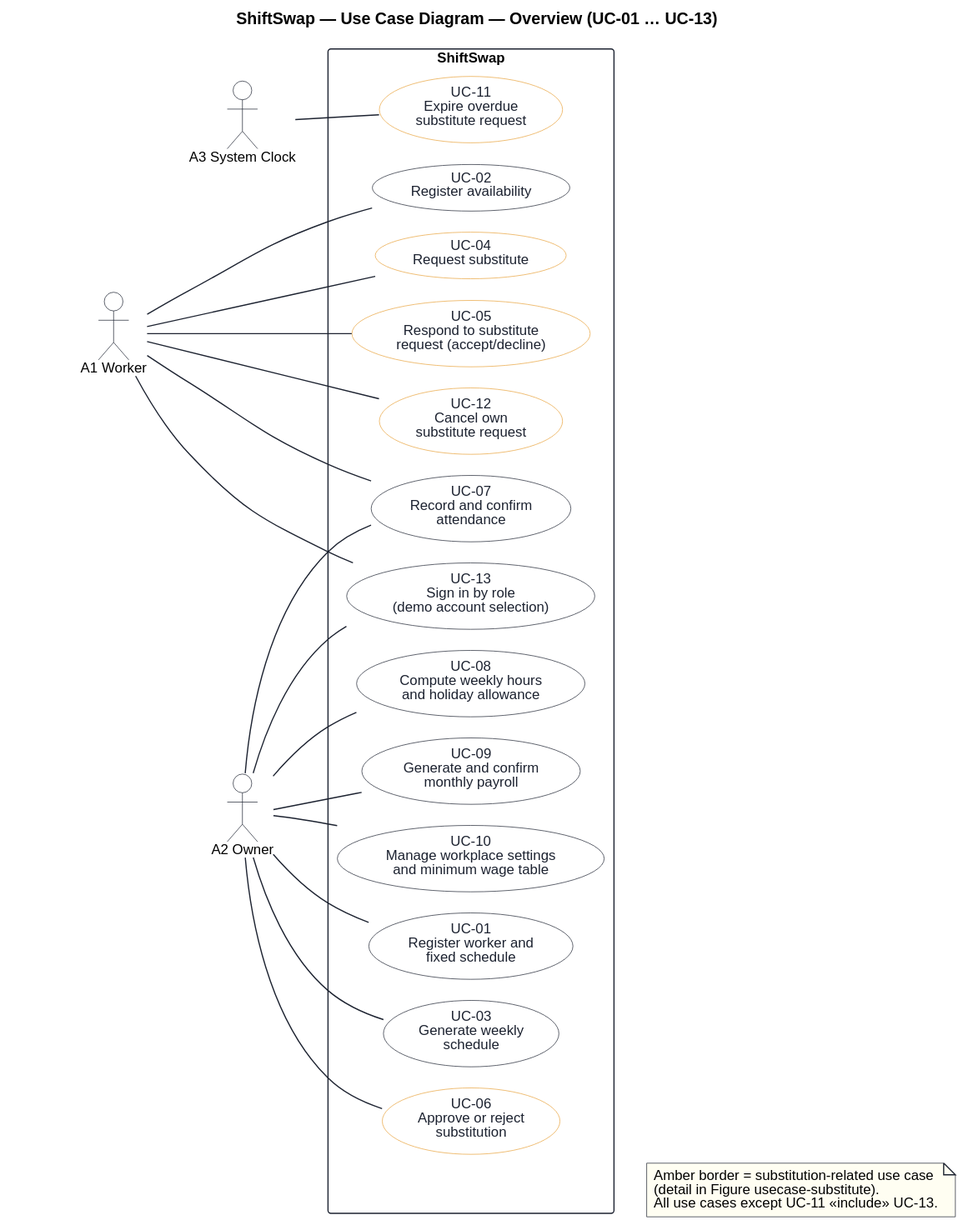
Above: uml/usecase.svg in keemlogan/shiftswap (PlantUML), before the change.
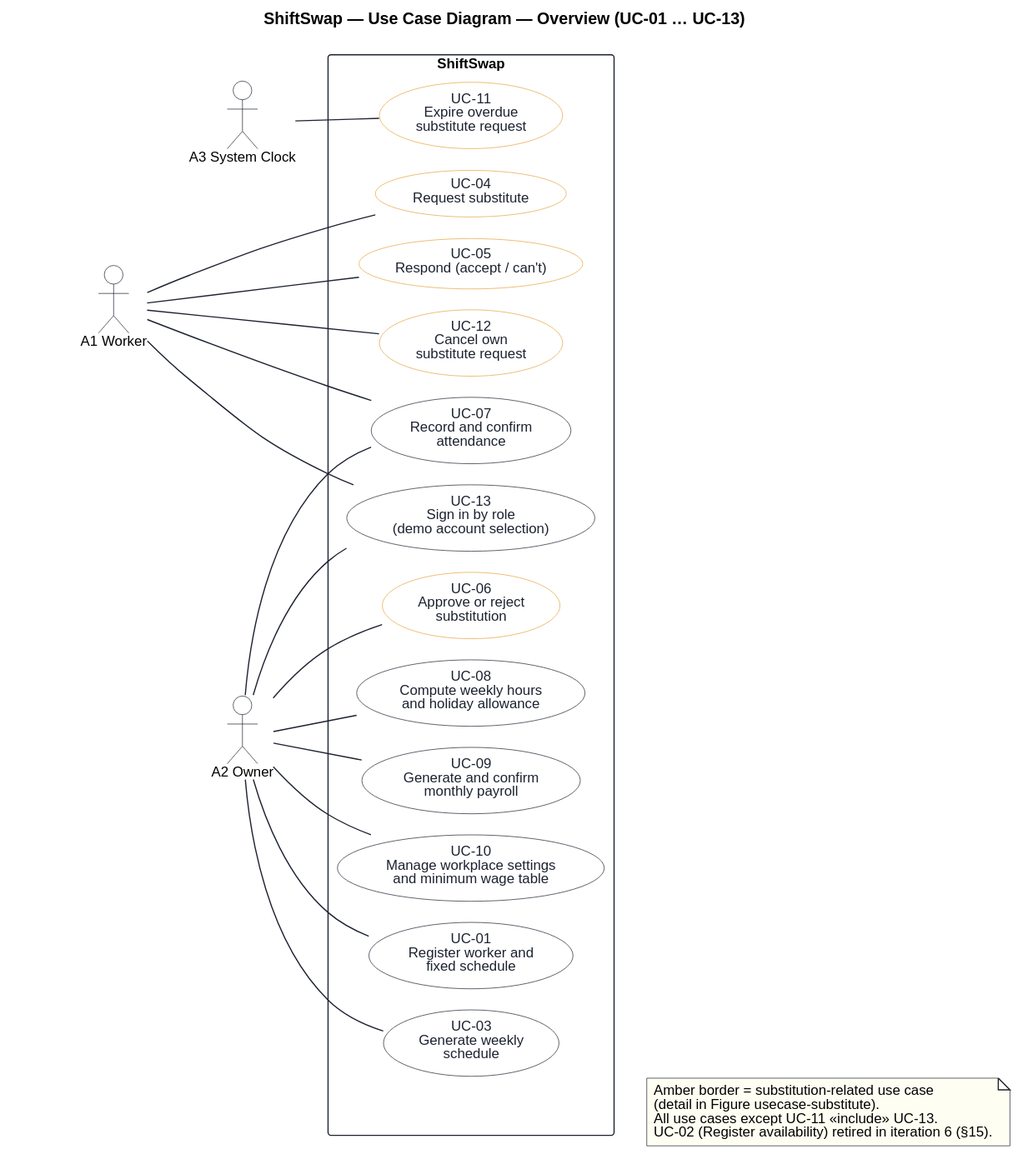
The same diagram one commit later.

What changed in the source:
```diff
@@ -42,9 +42,8 @@
 A1 -[hidden]-> A3
 
 rectangle "ShiftSwap" as Boundary {
-  usecase "UC-02\nRegister availability" as UC02
   usecase "UC-04\nRequest substitute" as UC04 <<amber>>
-  usecase "UC-05\nRespond to substitute\nrequest (accept/decline)" as UC05 <<amber>>
+  usecase "UC-05\nRespond (accept / can't)" as UC05 <<amber>>
   usecase "UC-12\nCancel own\nsubstitute request" as UC12 <<amber>>
 
   usecase "UC-07\nRecord and confirm\nattendance" as UC07
@@ -63,7 +62,6 @@
 actor "A2 Owner" as A2
 UC10 -[hidden]-> A2
 
-A1 -- UC02
 A1 -- UC04
 A1 -- UC05
 A1 -- UC12
@@ -85,6 +83,7 @@
   Amber border = substitution-related use case
   (detail in Figure usecase-substitute).
   All use cases except UC-11 «include» UC-13.
+  UC-02 (Register availability) retired in iteration 6 (§15).
 end note
 
 Boundary -[hidden]d-> N1
```
